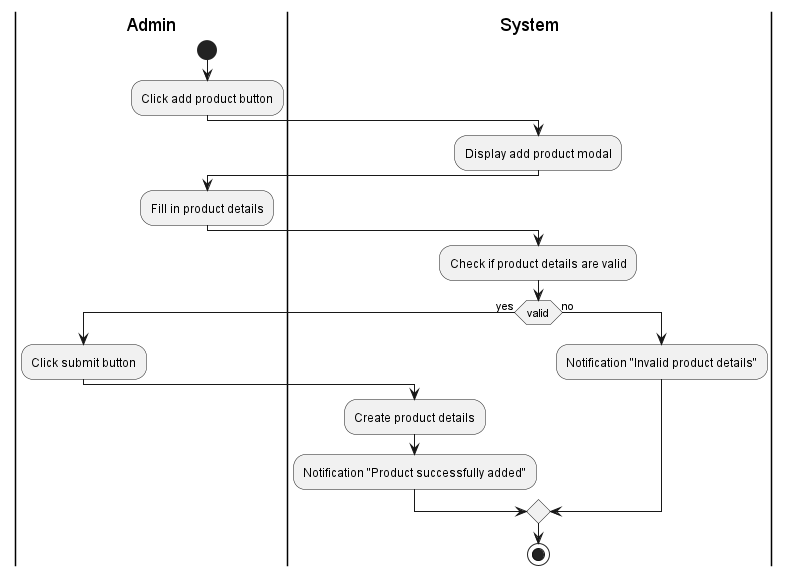
This is Lab1/Lab1.2/Activity/img/Add product.png from tuankietcoderr/SE357-Practice-class, a PlantUML export, as it was before one commit. The source it was exported from:
```plantuml
@startuml Add product
|Admin|
start
:Click add product button;
|System|
:Display add product modal;
|Admin|
:Fill in product details;
|System|
:Check if product details are valid;
if (valid) then (yes)
|Admin|
:Click submit button;
|System|
:Create product details;
:Notification "Product successfully added";
else (no)
|System|
:Notification "Invalid product details";
endif
stop
@enduml
```
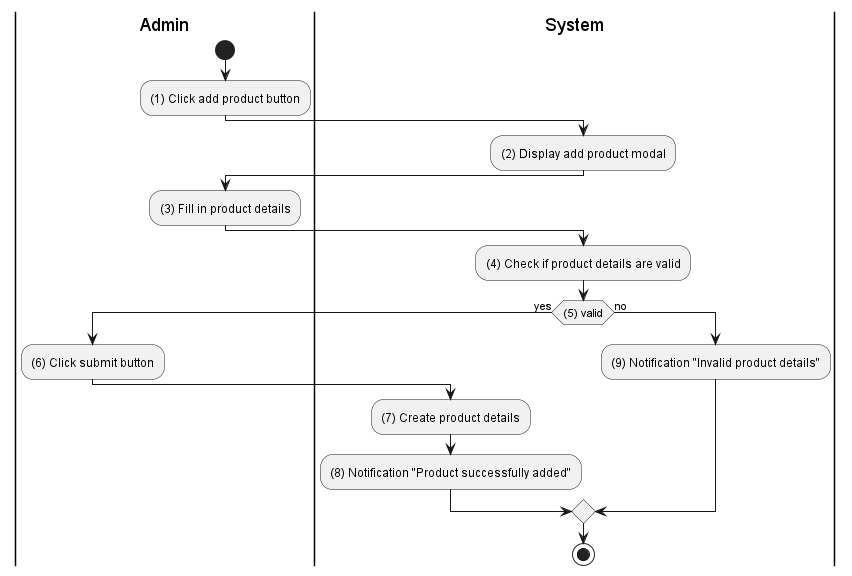
The same diagram one commit later.

Diff of the diagram source:
```diff
@@ -1,22 +1,22 @@
 @startuml Add product
 |Admin|
 start
-:Click add product button;
+:(1) Click add product button;
 |System|
-:Display add product modal;
+:(2) Display add product modal;
 |Admin|
-:Fill in product details;
+:(3) Fill in product details;
 |System|
-:Check if product details are valid;
-if (valid) then (yes)
+:(4) Check if product details are valid;
+if ((5) valid) then (yes)
 |Admin|
-:Click submit button;
+:(6) Click submit button;
 |System|
-:Create product details;
-:Notification "Product successfully added";
+:(7) Create product details;
+:(8) Notification "Product successfully added";
 else (no)
 |System|
-:Notification "Invalid product details";
+:(9) Notification "Invalid product details";
 endif
 stop
 @enduml
```
